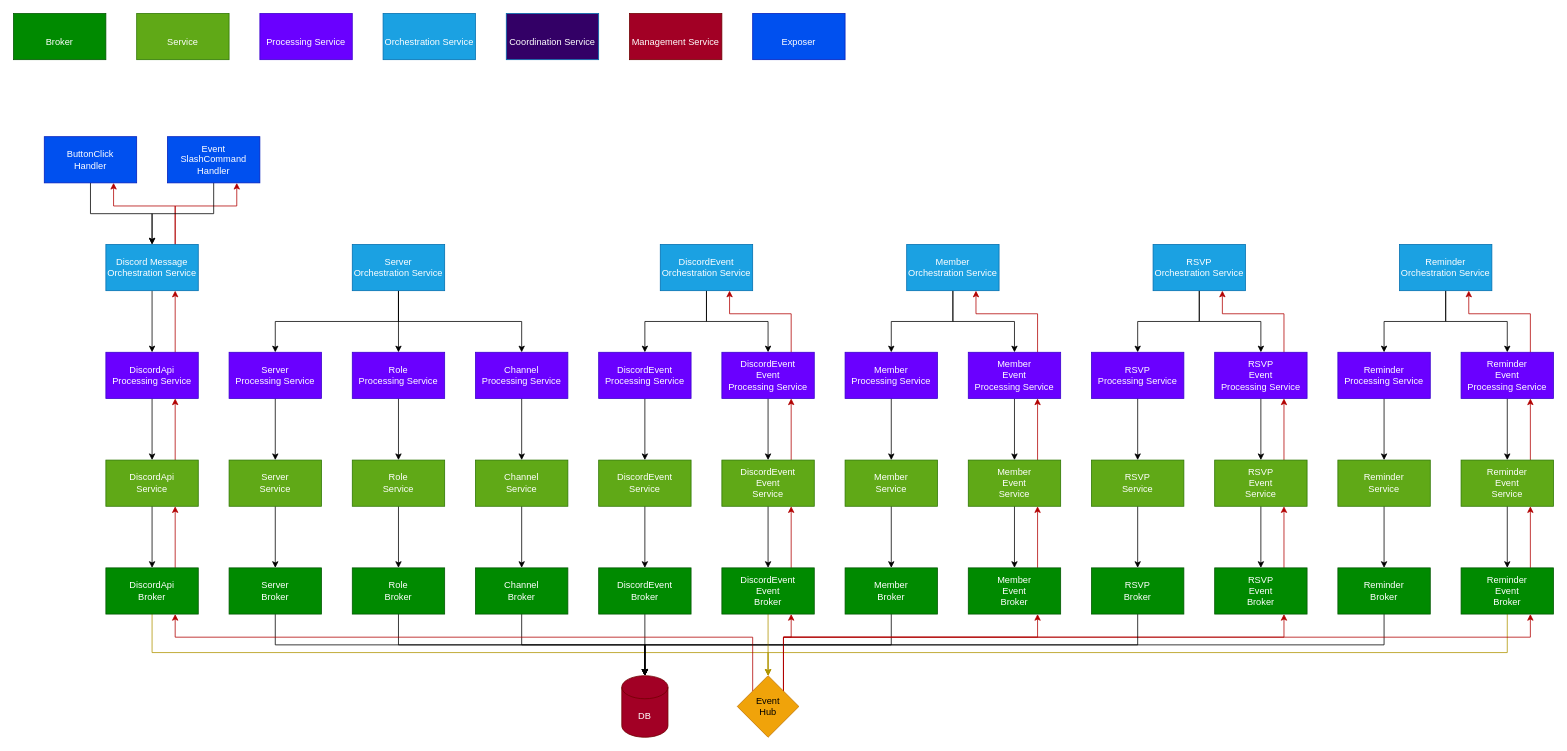
Above: page "Standard without Eventing" (2 of 2) of eventee.drawio in Ashley-Upson/eventee (draw.io), before the change. Source tidied: cells renumbered, new cells numbered last; positions are measured from the earlier drawing's top-left corner, leaving out a move shared by most shapes. Both pictures are drawn from the tidied source at 77%, with x=0, y=0 at pixel (13, 13).
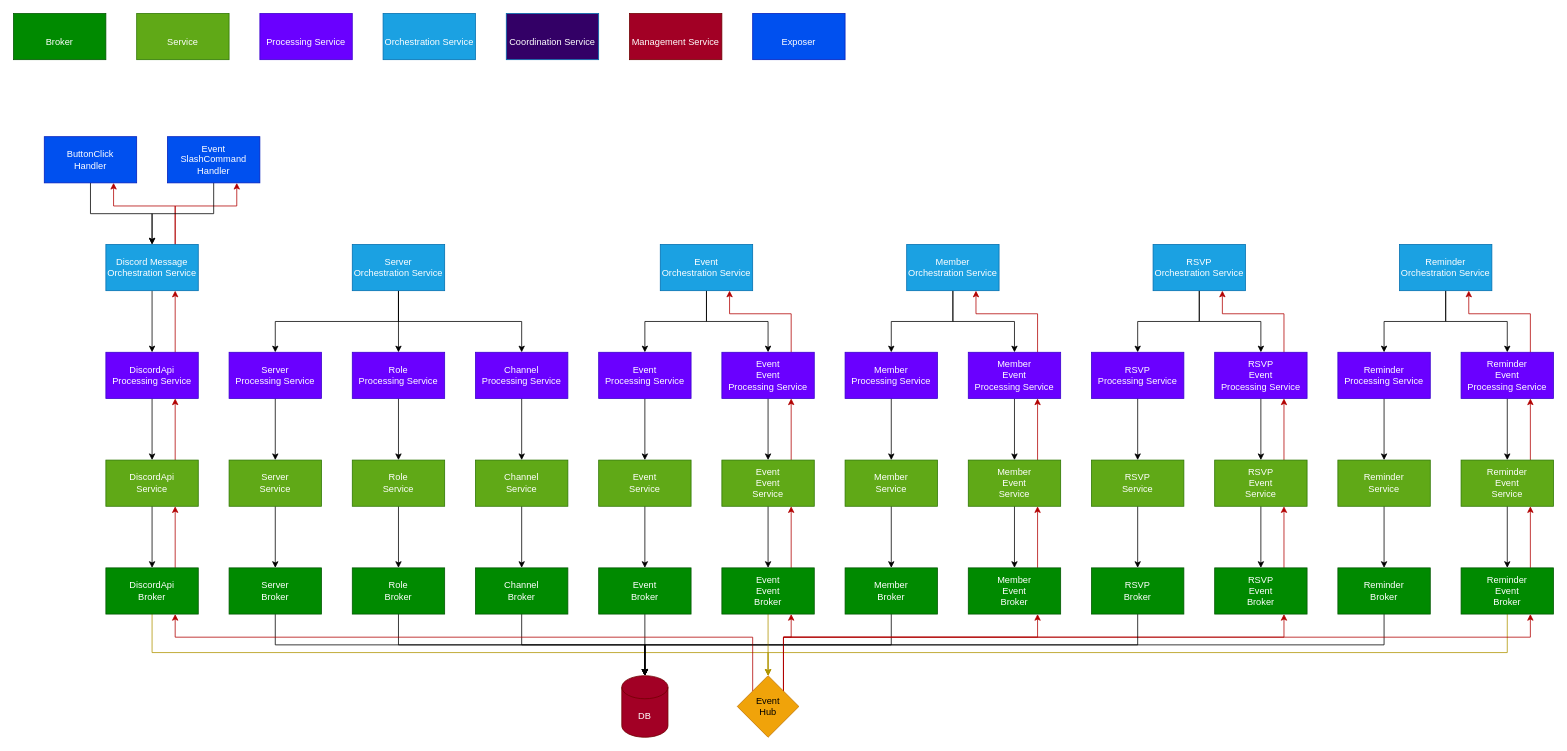
Above is the later version.

Change to the diagram source:
```diff
@@
-    <mxCell id="36" value="DiscordEvent&lt;br&gt;Broker" style="rounded=0;whiteSpace=wrap;html=1;fillColor=#008a00;fontColor=#ffffff;strokeColor=#005700;" parent="1" vertex="1">
+    <mxCell id="36" value="Event&lt;br&gt;Broker" style="rounded=0;whiteSpace=wrap;html=1;fillColor=#008a00;fontColor=#ffffff;strokeColor=#005700;direction=east;" parent="1" vertex="1">
       <mxGeometry x="760" y="720" width="120" height="60" as="geometry" />
     </mxCell>
@@
-    <mxCell id="38" value="DiscordEvent&lt;br&gt;Service" style="rounded=0;whiteSpace=wrap;html=1;fillColor=#60a917;fontColor=#ffffff;strokeColor=#2D7600;" parent="1" vertex="1">
+    <mxCell id="38" value="Event&lt;br&gt;Service" style="rounded=0;whiteSpace=wrap;html=1;fillColor=#60a917;fontColor=#ffffff;strokeColor=#2D7600;direction=east;" parent="1" vertex="1">
       <mxGeometry x="760" y="580" width="120" height="60" as="geometry" />
     </mxCell>
@@
-    <mxCell id="40" value="DiscordEvent&lt;br&gt;Processing Service" style="rounded=0;whiteSpace=wrap;html=1;fillColor=#6a00ff;fontColor=#ffffff;strokeColor=#3700CC;" parent="1" vertex="1">
+    <mxCell id="40" value="Event&lt;br&gt;Processing Service" style="rounded=0;whiteSpace=wrap;html=1;fillColor=#6a00ff;fontColor=#ffffff;strokeColor=#3700CC;direction=east;" parent="1" vertex="1">
       <mxGeometry x="760" y="440" width="120" height="60" as="geometry" />
     </mxCell>
@@
-    <mxCell id="60" value="DiscordEvent&lt;br&gt;Orchestration Service" style="rounded=0;whiteSpace=wrap;html=1;fillColor=#1ba1e2;fontColor=#ffffff;strokeColor=#006EAF;" parent="1" vertex="1">
+    <mxCell id="60" value="Event&lt;br&gt;Orchestration Service" style="rounded=0;whiteSpace=wrap;html=1;fillColor=#1ba1e2;fontColor=#ffffff;strokeColor=#006EAF;" parent="1" vertex="1">
       <mxGeometry x="840" y="300" width="120" height="60" as="geometry" />
     </mxCell>
@@
-    <mxCell id="68" value="DiscordEvent&lt;br&gt;Event&lt;br&gt;Broker" style="rounded=0;whiteSpace=wrap;html=1;fillColor=#008a00;fontColor=#ffffff;strokeColor=#005700;" parent="1" vertex="1">
+    <mxCell id="68" value="Event&lt;br&gt;Event&lt;br&gt;Broker" style="rounded=0;whiteSpace=wrap;html=1;fillColor=#008a00;fontColor=#ffffff;strokeColor=#005700;direction=east;" parent="1" vertex="1">
       <mxGeometry x="920" y="720" width="120" height="60" as="geometry" />
     </mxCell>
@@
-    <mxCell id="71" value="DiscordEvent&lt;br&gt;Event&lt;br&gt;Service" style="rounded=0;whiteSpace=wrap;html=1;fillColor=#60a917;fontColor=#ffffff;strokeColor=#2D7600;" parent="1" vertex="1">
+    <mxCell id="71" value="Event&lt;br&gt;Event&lt;br&gt;Service" style="rounded=0;whiteSpace=wrap;html=1;fillColor=#60a917;fontColor=#ffffff;strokeColor=#2D7600;direction=east;" parent="1" vertex="1">
       <mxGeometry x="920" y="580" width="120" height="60" as="geometry" />
     </mxCell>
@@
-    <mxCell id="74" value="DiscordEvent&lt;br&gt;Event&lt;br&gt;Processing Service" style="rounded=0;whiteSpace=wrap;html=1;fillColor=#6a00ff;fontColor=#ffffff;strokeColor=#3700CC;" parent="1" vertex="1">
+    <mxCell id="74" value="Event&lt;br&gt;Event&lt;br&gt;Processing Service" style="rounded=0;whiteSpace=wrap;html=1;fillColor=#6a00ff;fontColor=#ffffff;strokeColor=#3700CC;direction=east;" parent="1" vertex="1">
       <mxGeometry x="920" y="440" width="120" height="60" as="geometry" />
     </mxCell>
```
